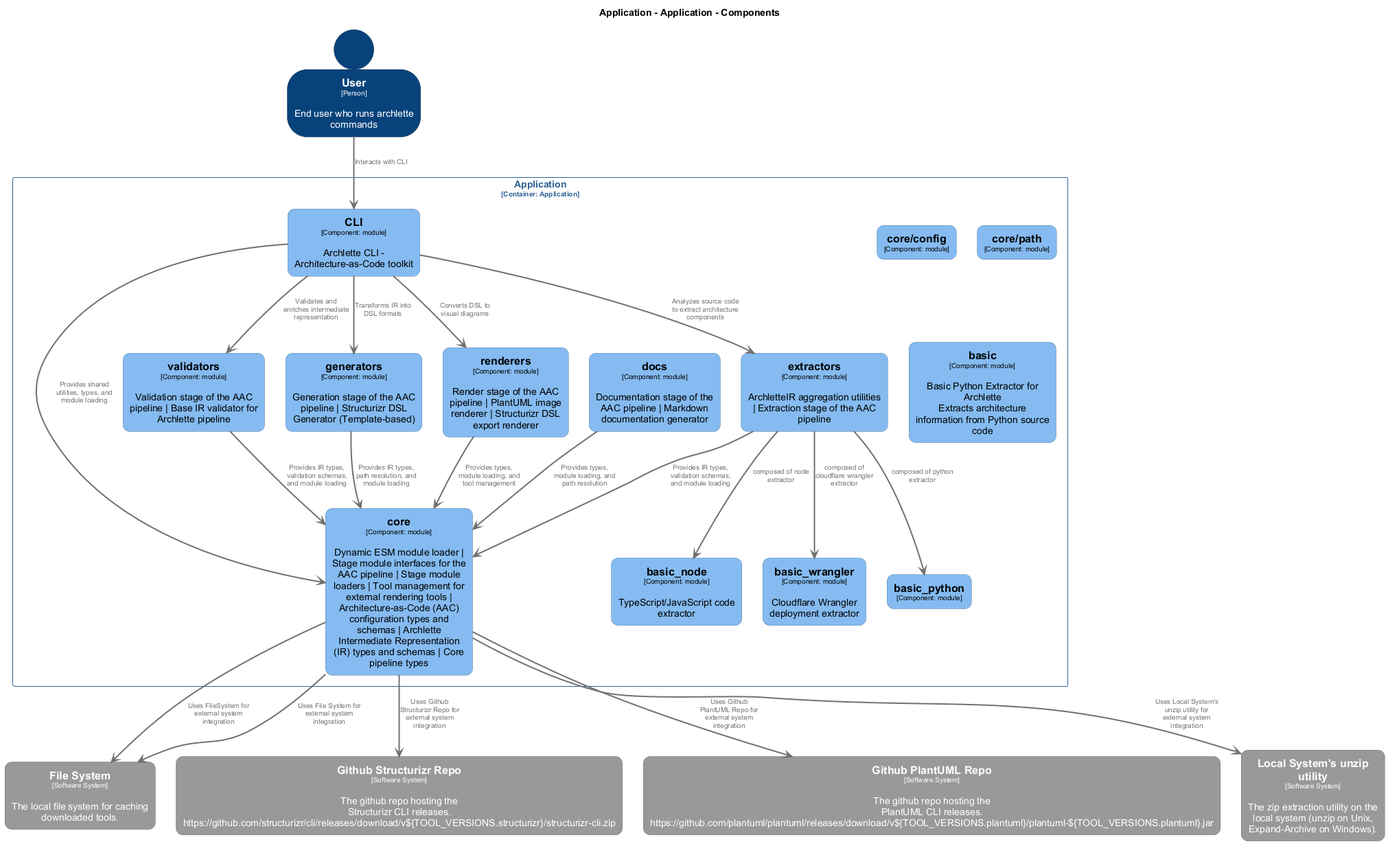
This is docs/architecture/diagrams/structurizr-Components_Application.png from chrislyons-dev/archlette, a PlantUML export, as it was before one commit.
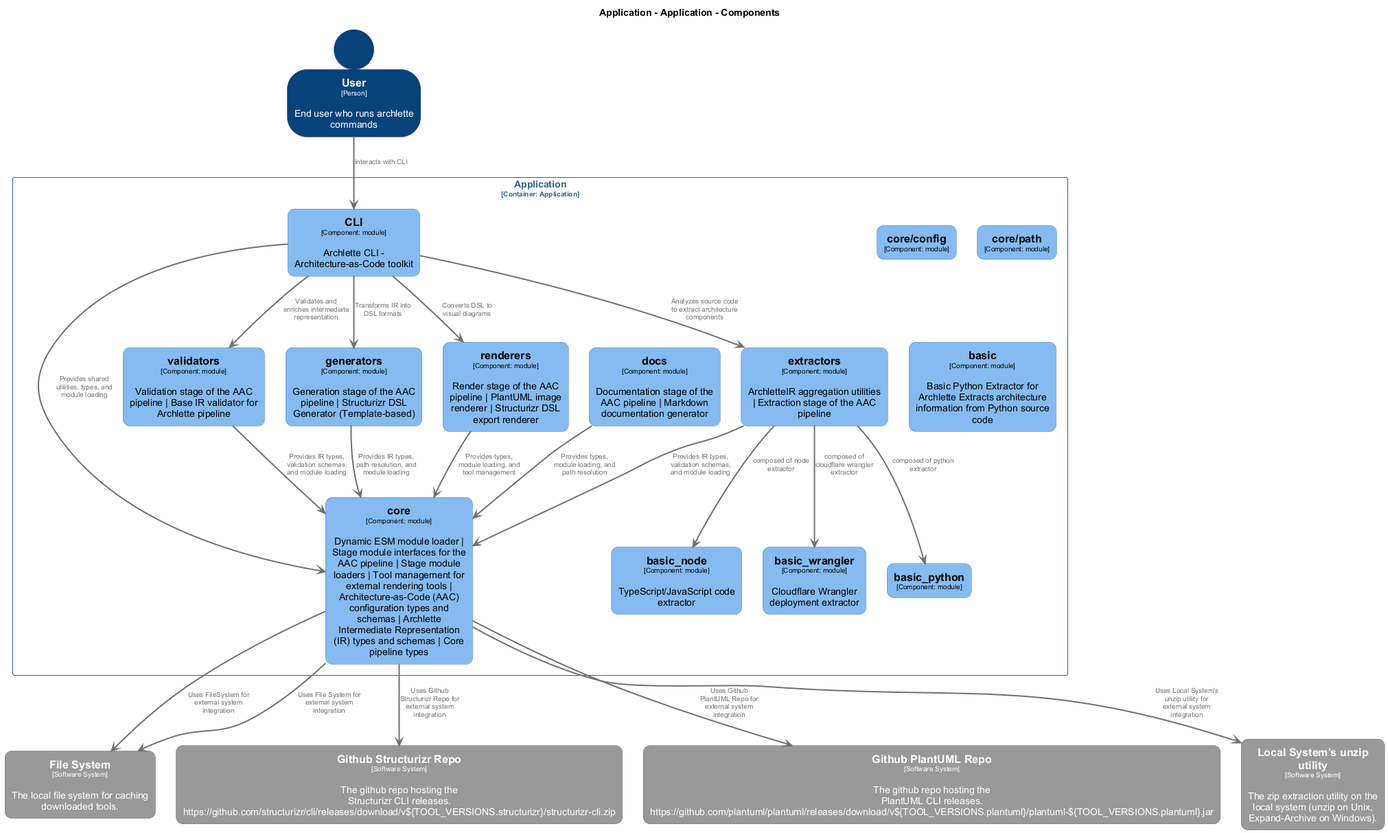
After the commit.

Change to the diagram source:
```diff
@@ -171,7 +171,7 @@
   rectangle "==core\n<size:10>[Component: module]</size>\n\nDynamic ESM module loader | Stage module interfaces for the AAC pipeline | Stage module loaders | Tool management for external rendering tools | Architecture-as-Code (AAC) configuration types and schemas | Archlette Intermediate Representation (IR) types and schemas | Core pipeline types" <<Application.Application.core>> as Application.Application.core
   rectangle "==core/path\n<size:10>[Component: module]</size>" <<Application.Application.corepath>> as Application.Application.corepath
   rectangle "==basic_node\n<size:10>[Component: module]</size>\n\nTypeScript/JavaScript code extractor" <<Application.Application.basic_node>> as Application.Application.basic_node
-  rectangle "==basic\n<size:10>[Component: module]</size>\n\nBasic Python Extractor for Archlette\nExtracts architecture information from Python source code" <<Application.Application.basic>> as Application.Application.basic
+  rectangle "==basic\n<size:10>[Component: module]</size>\n\nBasic Python Extractor for Archlette Extracts architecture information from Python source code" <<Application.Application.basic>> as Application.Application.basic
   rectangle "==basic_wrangler\n<size:10>[Component: module]</size>\n\nCloudflare Wrangler deployment extractor" <<Application.Application.basic_wrangler>> as Application.Application.basic_wrangler
   rectangle "==basic_python\n<size:10>[Component: module]</size>" <<Application.Application.basic_python>> as Application.Application.basic_python
   rectangle "==CLI\n<size:10>[Component: module]</size>\n\nArchlette CLI - Architecture-as-Code toolkit" <<Application.Application.CLI>> as Application.Application.CLI
```
